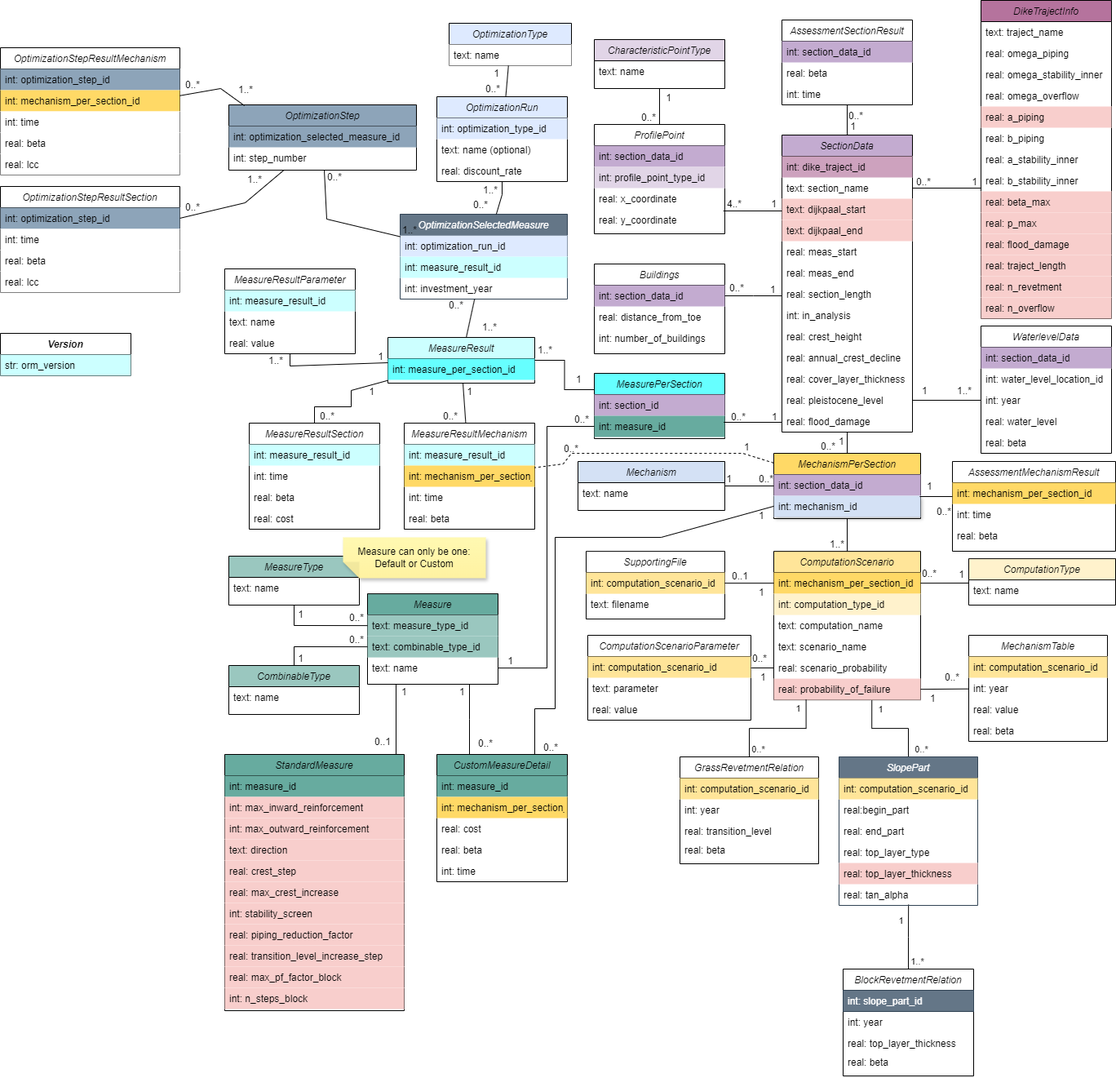
Earlier version of the draw.io export docs/db_diagram/vrtool_sql_input.drawio.png (Deltares/Veiligheidsrendement). Source tidied: cells renumbered, new cells last; positions are measured from the earlier drawing's top-left corner, leaving out a move shared by most shapes.
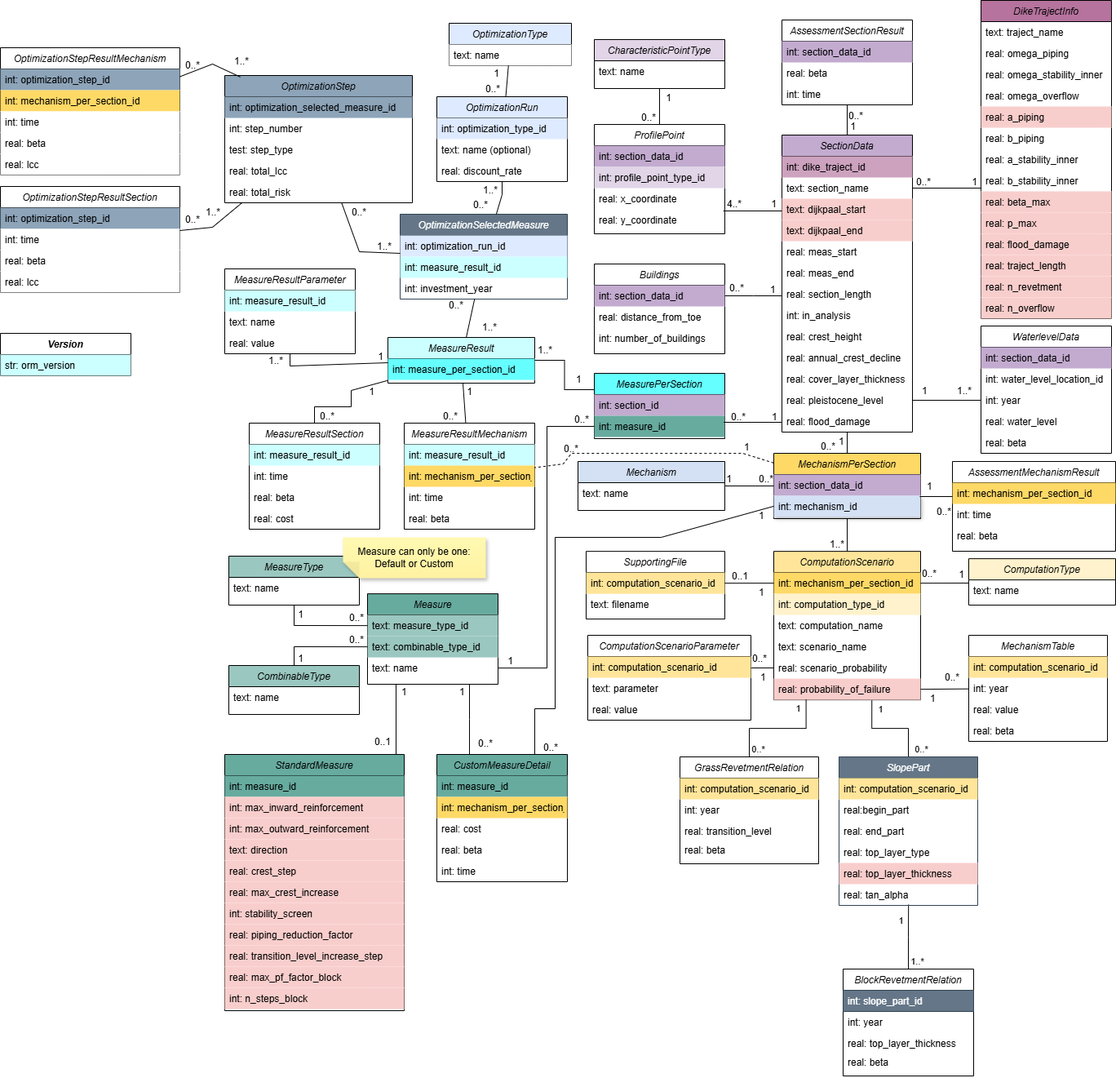
Above is the later version.

What changed in the source:
```diff
@@ -839,7 +839,7 @@
       </mxGeometry>
     </mxCell>
     <mxCell id="232" value="OptimizationStep" style="swimlane;fontStyle=2;align=center;verticalAlign=top;horizontal=1;startSize=26;rounded=0;shadow=0;strokeWidth=1;fillColor=#8da4b9;" parent="1" vertex="1">
-      <mxGeometry x="280" y="128" width="230" height="80" as="geometry" />
+      <mxGeometry x="275" y="92" width="230" height="156" as="geometry" />
     </mxCell>
     <mxCell id="233" value="int: optimization_selected_measure_id" style="text;align=left;verticalAlign=top;spacingLeft=4;spacingRight=4;overflow=hidden;rounded=0;shadow=0;html=0;fillColor=#8da4b9;" parent="232" vertex="1">
       <mxGeometry y="26" width="230" height="26" as="geometry" />
@@ -847,21 +847,30 @@
     <mxCell id="234" value="int: step_number" style="text;align=left;verticalAlign=top;spacingLeft=4;spacingRight=4;overflow=hidden;" parent="232" vertex="1">
       <mxGeometry y="52" width="230" height="26" as="geometry" />
     </mxCell>
+    <mxCell id="276" value="test: step_type" style="text;align=left;verticalAlign=top;spacingLeft=4;spacingRight=4;overflow=hidden;" parent="232" vertex="1">
+      <mxGeometry y="78" width="230" height="26" as="geometry" />
+    </mxCell>
+    <mxCell id="277" value="real: total_lcc" style="text;align=left;verticalAlign=top;spacingLeft=4;spacingRight=4;overflow=hidden;" parent="232" vertex="1">
+      <mxGeometry y="104" width="230" height="26" as="geometry" />
+    </mxCell>
+    <mxCell id="278" value="real: total_risk" style="text;align=left;verticalAlign=top;spacingLeft=4;spacingRight=4;overflow=hidden;" parent="232" vertex="1">
+      <mxGeometry y="130" width="230" height="26" as="geometry" />
+    </mxCell>
     <mxCell id="235" style="endArrow=none;html=1;rounded=0;" parent="1" edge="1" source="222" target="232">
       <mxGeometry relative="1" as="geometry">
         <Array as="points">
-          <mxPoint x="400" y="268" />
+          <mxPoint x="440" y="308" />
         </Array>
       </mxGeometry>
     </mxCell>
     <mxCell id="236" value="1..*" style="html=1;whiteSpace=wrap;align=left;verticalAlign=bottom;" parent="235" vertex="1">
       <mxGeometry x="-1" relative="1" as="geometry">
-        <mxPoint x="1" as="offset" />
+        <mxPoint x="-30" as="offset" />
       </mxGeometry>
     </mxCell>
     <mxCell id="237" value="0..*" style="html=1;whiteSpace=wrap;align=right;verticalAlign=bottom;" parent="235" vertex="1">
       <mxGeometry x="1" relative="1" as="geometry">
-        <mxPoint x="23" y="17" as="offset" />
+        <mxPoint x="32" y="20" as="offset" />
       </mxGeometry>
     </mxCell>
     <mxCell id="238" value="MeasureResultMechanism" style="swimlane;fontStyle=2;align=center;verticalAlign=top;horizontal=1;startSize=26;rounded=0;shadow=0;strokeWidth=1;fillColor=#FFFFFF;" parent="1" vertex="1">
@@ -966,7 +975,7 @@
     <mxCell id="263" style="endArrow=none;html=1;rounded=0;exitX=0.083;exitY=0.012;exitDx=0;exitDy=0;exitPerimeter=0;" parent="1" edge="1" source="232" target="257">
       <mxGeometry relative="1" as="geometry">
         <Array as="points">
-          <mxPoint x="270" y="108" />
+          <mxPoint x="260" y="78" />
         </Array>
       </mxGeometry>
     </mxCell>
@@ -998,13 +1007,13 @@
     <mxCell id="271" style="endArrow=none;html=1;rounded=0;" parent="1" edge="1" source="232" target="266">
       <mxGeometry relative="1" as="geometry">
         <Array as="points">
-          <mxPoint x="300" y="248" />
+          <mxPoint x="260" y="278" />
         </Array>
       </mxGeometry>
     </mxCell>
     <mxCell id="272" value="1..*" style="html=1;whiteSpace=wrap;align=left;verticalAlign=bottom;" parent="271" vertex="1">
       <mxGeometry x="-1" relative="1" as="geometry">
-        <mxPoint x="-47" y="20" as="offset" />
+        <mxPoint x="-46" y="20" as="offset" />
       </mxGeometry>
     </mxCell>
     <mxCell id="273" value="0..*" style="html=1;whiteSpace=wrap;align=right;verticalAlign=bottom;" parent="271" vertex="1">
```
